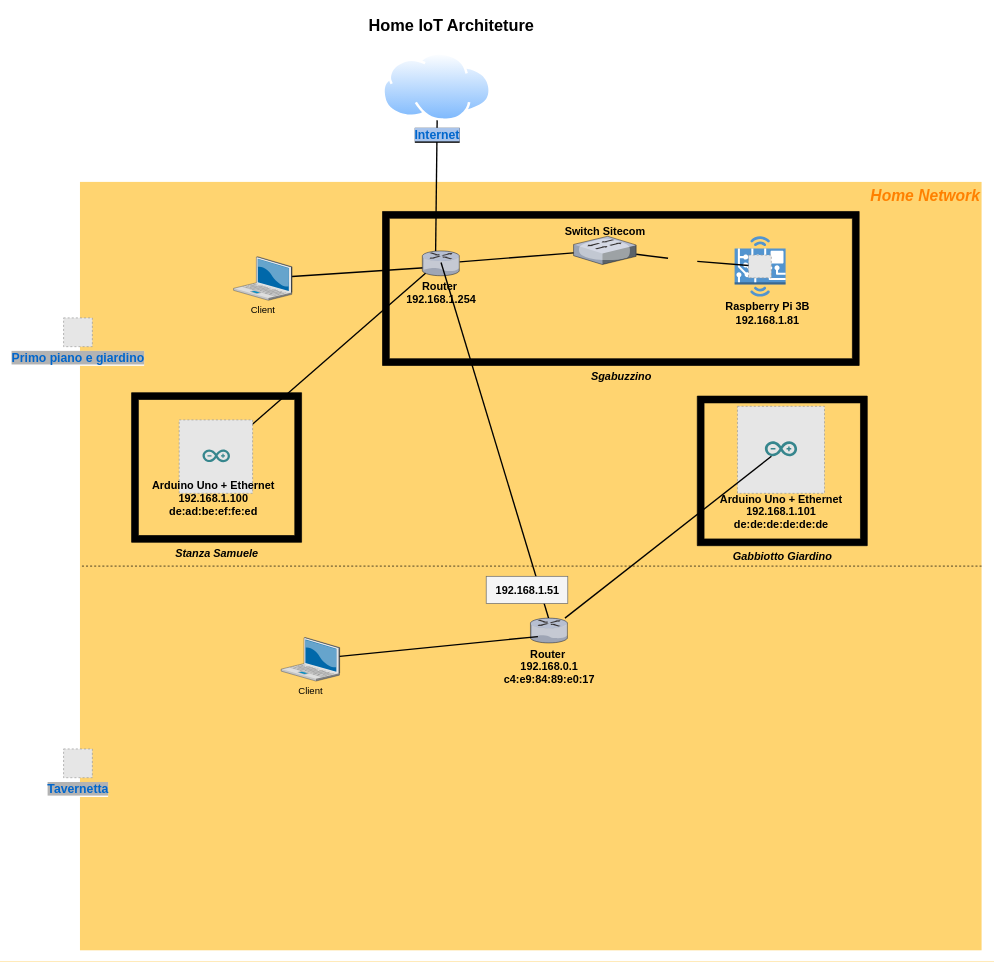
Before: drawio/design.drawio in lilpilgit/Kubernetes-Stuff, a draw.io diagram. Source tidied: cells renumbered, new cells numbered last; positions are measured from the earlier drawing's top-left corner, leaving out a move shared by most shapes. Both pictures are drawn from the tidied source at 68%, with x=0, y=0 at pixel (63, 12). Pictures stored in the file or linked from it are replaced by grey dashed boxes.
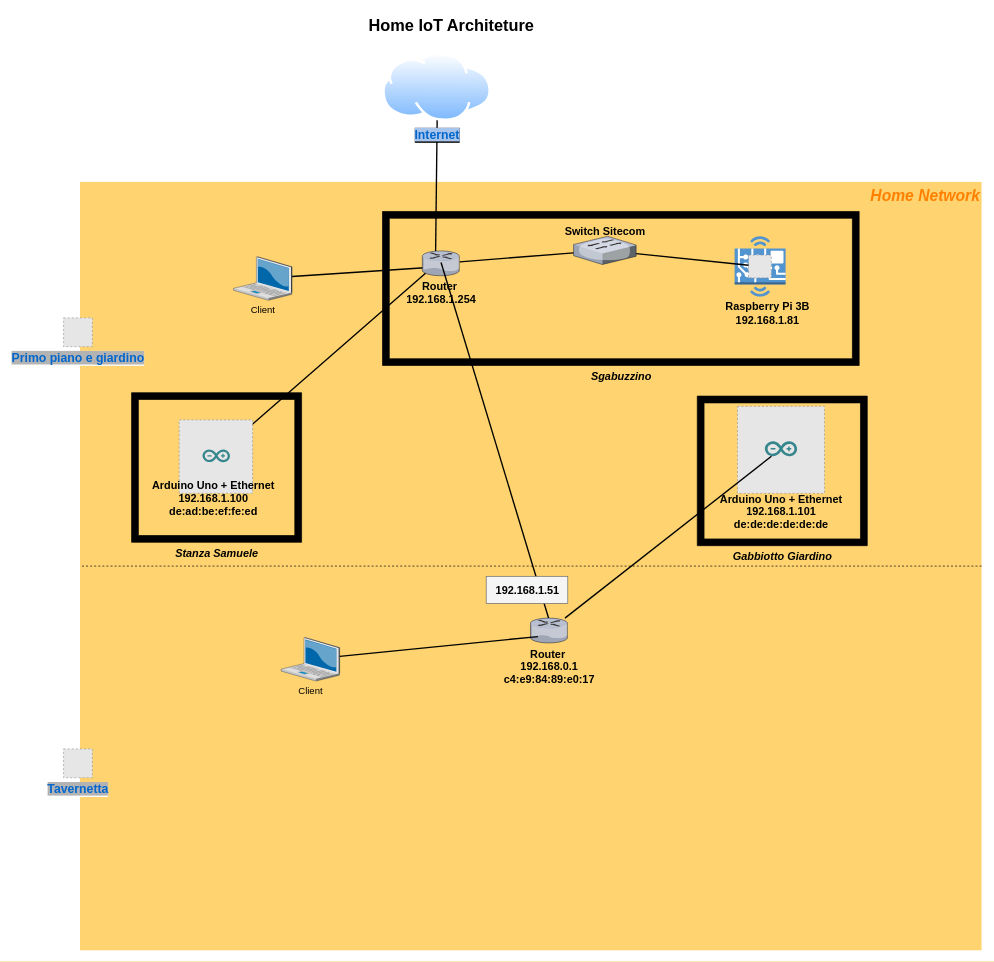
Above is the later version.

Unchanged cells that the change refers to:
```xml
<mxCell id="35" value="&lt;font color=&quot;#000000&quot;&gt;&lt;span style=&quot;font-size: 16px;&quot;&gt;&lt;b&gt;Switch Sitecom&lt;/b&gt;&lt;/span&gt;&lt;/font&gt;" style="verticalLabelPosition=bottom;sketch=0;html=1;verticalAlign=top;strokeColor=none;align=center;outlineConnect=0;shape=mxgraph.citrix.switch;labelBackgroundColor=none;fontSize=18;fontColor=#B5739D;spacingTop=-67;" parent="33" vertex="1">
  <mxGeometry x="281" y="36.5" width="92" height="41.5" as="geometry" />
</mxCell>
<mxCell id="41" style="fillColor=#E6E6E6;strokeColor=#999999;dashed=1;html=1;verticalAlign=top;verticalLabelPosition=bottom;labelBackgroundColor=#ffffff;fontSize=18;fontColor=#FF8000;" parent="39" vertex="1">
  <mxGeometry x="20.5" y="27.6" width="33.5" height="33.5" as="geometry" />
</mxCell>
```

Diff of the diagram source:
```diff
@@
-    <mxCell id="23" style="edgeStyle=none;rounded=0;html=1;startSize=10;endSize=10;jettySize=auto;fontSize=14;endArrow=none;endFill=0;strokeWidth=2;startArrow=none;" parent="1" edge="1" target="35">
-      <mxGeometry relative="1" as="geometry">
-        <mxPoint x="888.9" y="362.3" as="sourcePoint" />
-      </mxGeometry>
-    </mxCell>
@@
-    <mxCell id="49" style="edgeStyle=none;rounded=0;html=1;startSize=10;endSize=10;jettySize=auto;fontSize=14;endArrow=none;endFill=0;strokeWidth=2;" parent="1" edge="1" source="41">
-      <mxGeometry relative="1" as="geometry">
-        <mxPoint x="931.9" y="366.8" as="targetPoint" />
-      </mxGeometry>
+    <mxCell id="49" style="edgeStyle=none;rounded=0;html=1;startSize=10;endSize=10;jettySize=auto;fontSize=14;endArrow=none;endFill=0;strokeWidth=2;" parent="1" edge="1" source="41" target="35">
+      <mxGeometry relative="1" as="geometry" />
     </mxCell>
```
